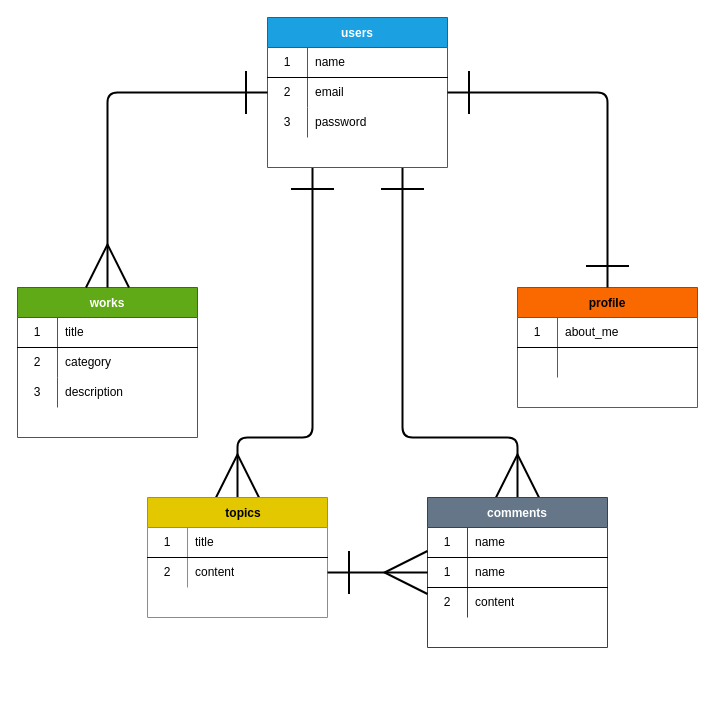
The draw.io diagram design.dio in umetoyama/orghp_ex01, before the edit. Source tidied: cells renumbered, new cells numbered last; positions are measured from the earlier drawing's top-left corner, leaving out a move shared by most shapes. Both pictures are drawn from the tidied source at 100%, with x=0, y=0 at pixel (17, 17).
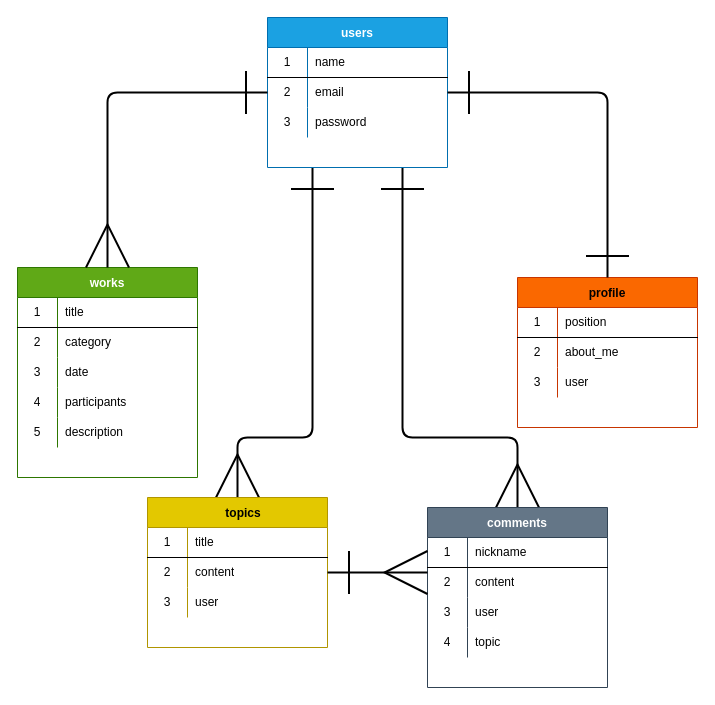
Above is the later version.

The change refers to these unchanged cells:
```xml
<mxCell id="15" style="shape=partialRectangle;html=1;whiteSpace=wrap;fillColor=none;top=0;left=0;bottom=1;right=0;" parent="14" vertex="1">
  <mxGeometry y="30" width="180" height="30" as="geometry" />
</mxCell>
<mxCell id="31" style="shape=partialRectangle;html=1;whiteSpace=wrap;fillColor=none;top=0;left=0;bottom=0;right=0;" parent="24" vertex="1">
  <mxGeometry y="90" width="180" height="30" as="geometry" />
</mxCell>
<mxCell id="38" style="shape=partialRectangle;html=1;whiteSpace=wrap;fillColor=none;top=0;left=0;bottom=0;right=0;points=[[0,0.5],[1,0.5]];portConstraint=eastwest;" parent="34" vertex="1">
  <mxGeometry y="60" width="180" height="30" as="geometry" />
</mxCell>
<mxCell id="42" style="shape=partialRectangle;html=1;whiteSpace=wrap;fillColor=none;top=0;left=0;bottom=1;right=0;" parent="41" vertex="1">
  <mxGeometry y="30" width="180" height="30" as="geometry" />
</mxCell>
<mxCell id="45" style="shape=partialRectangle;html=1;whiteSpace=wrap;fillColor=none;top=0;left=0;bottom=0;right=0;" parent="41" vertex="1">
  <mxGeometry y="60" width="180" height="30" as="geometry" />
</mxCell>
```

The edit, as a diff of the source:
```diff
@@
     <mxCell id="14" value="comments" style="shape=table;startSize=30;childLayout=tableLayout;rowLines=0;fontStyle=1;align=center;fillColor=#647687;fontColor=#ffffff;strokeColor=#314354;" parent="1" vertex="1">
-      <mxGeometry x="410" y="480" width="180" height="150" as="geometry" />
+      <mxGeometry x="410" y="490" width="180" height="180" as="geometry" />
     </mxCell>
@@
-    <mxCell id="17" value="name" style="shape=partialRectangle;html=1;whiteSpace=wrap;fillColor=none;top=0;left=0;bottom=0;right=0;align=left;spacingLeft=6;overflow=hidden;" parent="15" vertex="1">
+    <mxCell id="17" value="nickname" style="shape=partialRectangle;html=1;whiteSpace=wrap;fillColor=none;top=0;left=0;bottom=0;right=0;align=left;spacingLeft=6;overflow=hidden;" parent="15" vertex="1">
       <mxGeometry x="40" width="140" height="30" as="geometry" />
     </mxCell>
-    <mxCell id="18" style="shape=partialRectangle;html=1;whiteSpace=wrap;fillColor=none;top=0;left=0;bottom=1;right=0;points=[[0,0.5],[1,0.5]];portConstraint=eastwest;" parent="14" vertex="1">
-      <mxGeometry y="60" width="180" height="30" as="geometry" />
-    </mxCell>
-    <mxCell id="19" value="1" style="shape=partialRectangle;html=1;whiteSpace=wrap;fillColor=none;top=0;left=0;bottom=0;right=0;overflow=hidden;" parent="18" vertex="1">
-      <mxGeometry width="40" height="30" as="geometry" />
-    </mxCell>
-    <mxCell id="20" value="name" style="shape=partialRectangle;html=1;whiteSpace=wrap;fillColor=none;top=0;left=0;bottom=0;right=0;align=left;spacingLeft=6;overflow=hidden;" parent="18" vertex="1">
-      <mxGeometry x="40" width="140" height="30" as="geometry" />
-    </mxCell>
     <mxCell id="21" style="shape=partialRectangle;html=1;whiteSpace=wrap;fillColor=none;top=0;left=0;bottom=0;right=0;" parent="14" vertex="1">
-      <mxGeometry y="90" width="180" height="30" as="geometry" />
+      <mxGeometry y="60" width="180" height="30" as="geometry" />
     </mxCell>
@@
+    <mxCell id="51" style="shape=partialRectangle;html=1;whiteSpace=wrap;fillColor=none;top=0;left=0;bottom=0;right=0;" parent="14" vertex="1">
+      <mxGeometry y="90" width="180" height="30" as="geometry" />
+    </mxCell>
+    <mxCell id="52" value="3" style="shape=partialRectangle;html=1;whiteSpace=wrap;fillColor=none;top=0;left=0;bottom=0;right=0;overflow=hidden;" parent="51" vertex="1">
+      <mxGeometry width="40" height="30" as="geometry" />
+    </mxCell>
+    <mxCell id="53" value="user" style="shape=partialRectangle;html=1;whiteSpace=wrap;fillColor=none;top=0;left=0;bottom=0;right=0;align=left;spacingLeft=6;overflow=hidden;" parent="51" vertex="1">
+      <mxGeometry x="40" width="140" height="30" as="geometry" />
+    </mxCell>
+    <mxCell id="54" style="shape=partialRectangle;html=1;whiteSpace=wrap;fillColor=none;top=0;left=0;bottom=0;right=0;" parent="14" vertex="1">
+      <mxGeometry y="120" width="180" height="30" as="geometry" />
+    </mxCell>
+    <mxCell id="55" value="4" style="shape=partialRectangle;html=1;whiteSpace=wrap;fillColor=none;top=0;left=0;bottom=0;right=0;overflow=hidden;" parent="54" vertex="1">
+      <mxGeometry width="40" height="30" as="geometry" />
+    </mxCell>
+    <mxCell id="56" value="topic" style="shape=partialRectangle;html=1;whiteSpace=wrap;fillColor=none;top=0;left=0;bottom=0;right=0;align=left;spacingLeft=6;overflow=hidden;" parent="54" vertex="1">
+      <mxGeometry x="40" width="140" height="30" as="geometry" />
+    </mxCell>
     <mxCell id="24" value="works" style="shape=table;startSize=30;childLayout=tableLayout;rowLines=0;fontStyle=1;align=center;fillColor=#60a917;fontColor=#ffffff;strokeColor=#2D7600;" parent="1" vertex="1">
-      <mxGeometry y="270" width="180" height="150" as="geometry" />
+      <mxGeometry y="250" width="180" height="210" as="geometry" />
     </mxCell>
@@
-    <mxCell id="33" value="description" style="shape=partialRectangle;html=1;whiteSpace=wrap;fillColor=none;top=0;left=0;bottom=0;right=0;align=left;spacingLeft=6;overflow=hidden;" parent="31" vertex="1">
+    <mxCell id="33" value="date" style="shape=partialRectangle;html=1;whiteSpace=wrap;fillColor=none;top=0;left=0;bottom=0;right=0;align=left;spacingLeft=6;overflow=hidden;" parent="31" vertex="1">
       <mxGeometry x="40" width="140" height="30" as="geometry" />
     </mxCell>
+    <mxCell id="57" style="shape=partialRectangle;html=1;whiteSpace=wrap;fillColor=none;top=0;left=0;bottom=0;right=0;" parent="24" vertex="1">
+      <mxGeometry y="120" width="180" height="30" as="geometry" />
+    </mxCell>
+    <mxCell id="58" value="4" style="shape=partialRectangle;html=1;whiteSpace=wrap;fillColor=none;top=0;left=0;bottom=0;right=0;overflow=hidden;" parent="57" vertex="1">
+      <mxGeometry width="40" height="30" as="geometry" />
+    </mxCell>
+    <mxCell id="59" value="participants" style="shape=partialRectangle;html=1;whiteSpace=wrap;fillColor=none;top=0;left=0;bottom=0;right=0;align=left;spacingLeft=6;overflow=hidden;" parent="57" vertex="1">
+      <mxGeometry x="40" width="140" height="30" as="geometry" />
+    </mxCell>
+    <mxCell id="60" style="shape=partialRectangle;html=1;whiteSpace=wrap;fillColor=none;top=0;left=0;bottom=0;right=0;" parent="24" vertex="1">
+      <mxGeometry y="150" width="180" height="30" as="geometry" />
+    </mxCell>
+    <mxCell id="61" value="5" style="shape=partialRectangle;html=1;whiteSpace=wrap;fillColor=none;top=0;left=0;bottom=0;right=0;overflow=hidden;" parent="60" vertex="1">
+      <mxGeometry width="40" height="30" as="geometry" />
+    </mxCell>
+    <mxCell id="62" value="description" style="shape=partialRectangle;html=1;whiteSpace=wrap;fillColor=none;top=0;left=0;bottom=0;right=0;align=left;spacingLeft=6;overflow=hidden;" parent="60" vertex="1">
+      <mxGeometry x="40" width="140" height="30" as="geometry" />
+    </mxCell>
     <mxCell id="34" value="　topics" style="shape=table;startSize=30;childLayout=tableLayout;rowLines=0;fontStyle=1;align=center;fillColor=#e3c800;fontColor=#000000;strokeColor=#B09500;" parent="1" vertex="1">
-      <mxGeometry x="130" y="480" width="180" height="120" as="geometry" />
+      <mxGeometry x="130" y="480" width="180" height="150" as="geometry" />
     </mxCell>
@@
+    <mxCell id="63" style="shape=partialRectangle;html=1;whiteSpace=wrap;fillColor=none;top=0;left=0;bottom=0;right=0;" parent="34" vertex="1">
+      <mxGeometry y="90" width="180" height="30" as="geometry" />
+    </mxCell>
+    <mxCell id="64" value="3" style="shape=partialRectangle;html=1;whiteSpace=wrap;fillColor=none;top=0;left=0;bottom=0;right=0;overflow=hidden;" parent="63" vertex="1">
+      <mxGeometry width="40" height="30" as="geometry" />
+    </mxCell>
+    <mxCell id="65" value="user" style="shape=partialRectangle;html=1;whiteSpace=wrap;fillColor=none;top=0;left=0;bottom=0;right=0;align=left;spacingLeft=6;overflow=hidden;" parent="63" vertex="1">
+      <mxGeometry x="40" width="140" height="30" as="geometry" />
+    </mxCell>
     <mxCell id="41" value="profile" style="shape=table;startSize=30;childLayout=tableLayout;rowLines=0;fontStyle=1;align=center;fillColor=#fa6800;fontColor=#000000;strokeColor=#C73500;" parent="1" vertex="1">
-      <mxGeometry x="500" y="270" width="180" height="120" as="geometry" />
+      <mxGeometry x="500" y="260" width="180" height="150" as="geometry" />
     </mxCell>
@@
-    <mxCell id="44" value="about_me" style="shape=partialRectangle;html=1;whiteSpace=wrap;fillColor=none;top=0;left=0;bottom=0;right=0;align=left;spacingLeft=6;overflow=hidden;" parent="42" vertex="1">
+    <mxCell id="44" value="position" style="shape=partialRectangle;html=1;whiteSpace=wrap;fillColor=none;top=0;left=0;bottom=0;right=0;align=left;spacingLeft=6;overflow=hidden;" parent="42" vertex="1">
       <mxGeometry x="40" width="140" height="30" as="geometry" />
     </mxCell>
@@
-    <mxCell id="46" style="shape=partialRectangle;html=1;whiteSpace=wrap;fillColor=none;top=0;left=0;bottom=0;right=0;overflow=hidden;" parent="45" vertex="1">
+    <mxCell id="46" value="2" style="shape=partialRectangle;html=1;whiteSpace=wrap;fillColor=none;top=0;left=0;bottom=0;right=0;overflow=hidden;" parent="45" vertex="1">
       <mxGeometry width="40" height="30" as="geometry" />
     </mxCell>
-    <mxCell id="47" style="shape=partialRectangle;html=1;whiteSpace=wrap;fillColor=none;top=0;left=0;bottom=0;right=0;align=left;spacingLeft=6;overflow=hidden;" parent="45" vertex="1">
+    <mxCell id="47" value="&lt;span&gt;about_me&lt;/span&gt;" style="shape=partialRectangle;html=1;whiteSpace=wrap;fillColor=none;top=0;left=0;bottom=0;right=0;align=left;spacingLeft=6;overflow=hidden;" parent="45" vertex="1">
       <mxGeometry x="40" width="140" height="30" as="geometry" />
     </mxCell>
+    <mxCell id="66" style="shape=partialRectangle;html=1;whiteSpace=wrap;fillColor=none;top=0;left=0;bottom=0;right=0;" parent="41" vertex="1">
+      <mxGeometry y="90" width="180" height="30" as="geometry" />
+    </mxCell>
+    <mxCell id="67" value="3" style="shape=partialRectangle;html=1;whiteSpace=wrap;fillColor=none;top=0;left=0;bottom=0;right=0;overflow=hidden;" parent="66" vertex="1">
+      <mxGeometry width="40" height="30" as="geometry" />
+    </mxCell>
+    <mxCell id="68" value="&lt;span&gt;user&lt;/span&gt;" style="shape=partialRectangle;html=1;whiteSpace=wrap;fillColor=none;top=0;left=0;bottom=0;right=0;align=left;spacingLeft=6;overflow=hidden;" parent="66" vertex="1">
+      <mxGeometry x="40" width="140" height="30" as="geometry" />
+    </mxCell>
@@
-    <mxCell id="50" style="edgeStyle=none;html=1;exitX=1;exitY=0.5;exitDx=0;exitDy=0;entryX=0;entryY=0.5;entryDx=0;entryDy=0;startArrow=ERone;startFill=0;endArrow=ERmany;endFill=0;startSize=40;endSize=40;strokeWidth=2;" parent="1" edge="1" source="38" target="18">
-      <mxGeometry relative="1" as="geometry" />
+    <mxCell id="50" style="edgeStyle=none;html=1;exitX=1;exitY=0.5;exitDx=0;exitDy=0;entryX=0;entryY=0.5;entryDx=0;entryDy=0;startArrow=ERone;startFill=0;endArrow=ERmany;endFill=0;startSize=40;endSize=40;strokeWidth=2;" parent="1" edge="1" source="38">
+      <mxGeometry relative="1" as="geometry">
+        <mxPoint x="410" y="555" as="targetPoint" />
+      </mxGeometry>
     </mxCell>
```
